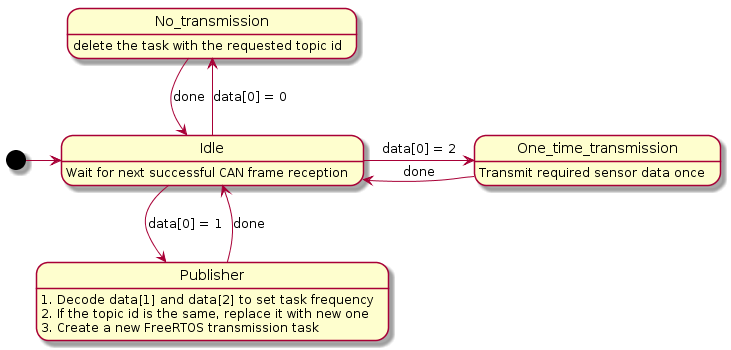
Above: diagrams/states.png in neckike/AMiRo_MasterThesis (PlantUML), before the change.
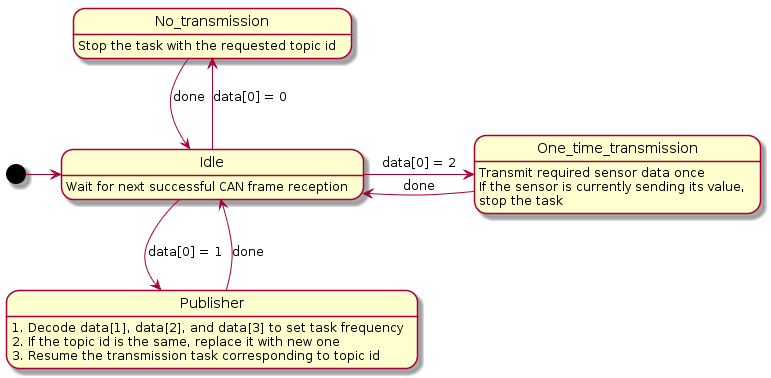
Above is the later version.

Change to the diagram source:
```diff
@@ -3,17 +3,19 @@
 Idle : Wait for next successful CAN frame reception
 
 Idle -up-> No_transmission :data[0] = 0
-No_transmission : delete the task with the requested topic id
+No_transmission :  Stop the task with the requested topic id
 No_transmission -> Idle : done
 
 Idle  -down-> Publisher :data[0] = 1
-Publisher : 1. Decode data[1] and data[2] to set task frequency
+Publisher : 1. Decode data[1], data[2], and data[3] to set task frequency
 Publisher : 2. If the topic id is the same, replace it with new one
-Publisher : 3. Create a new FreeRTOS transmission task
+Publisher : 3. Resume the transmission task corresponding to topic id
 Publisher -> Idle  : done
 
 Idle -> One_time_transmission  :data[0] = 2
 One_time_transmission : Transmit required sensor data once
+One_time_transmission : If the sensor is currently sending its value,
+One_time_transmission : stop the task
 
 One_time_transmission -> Idle : done
 @enduml
```
